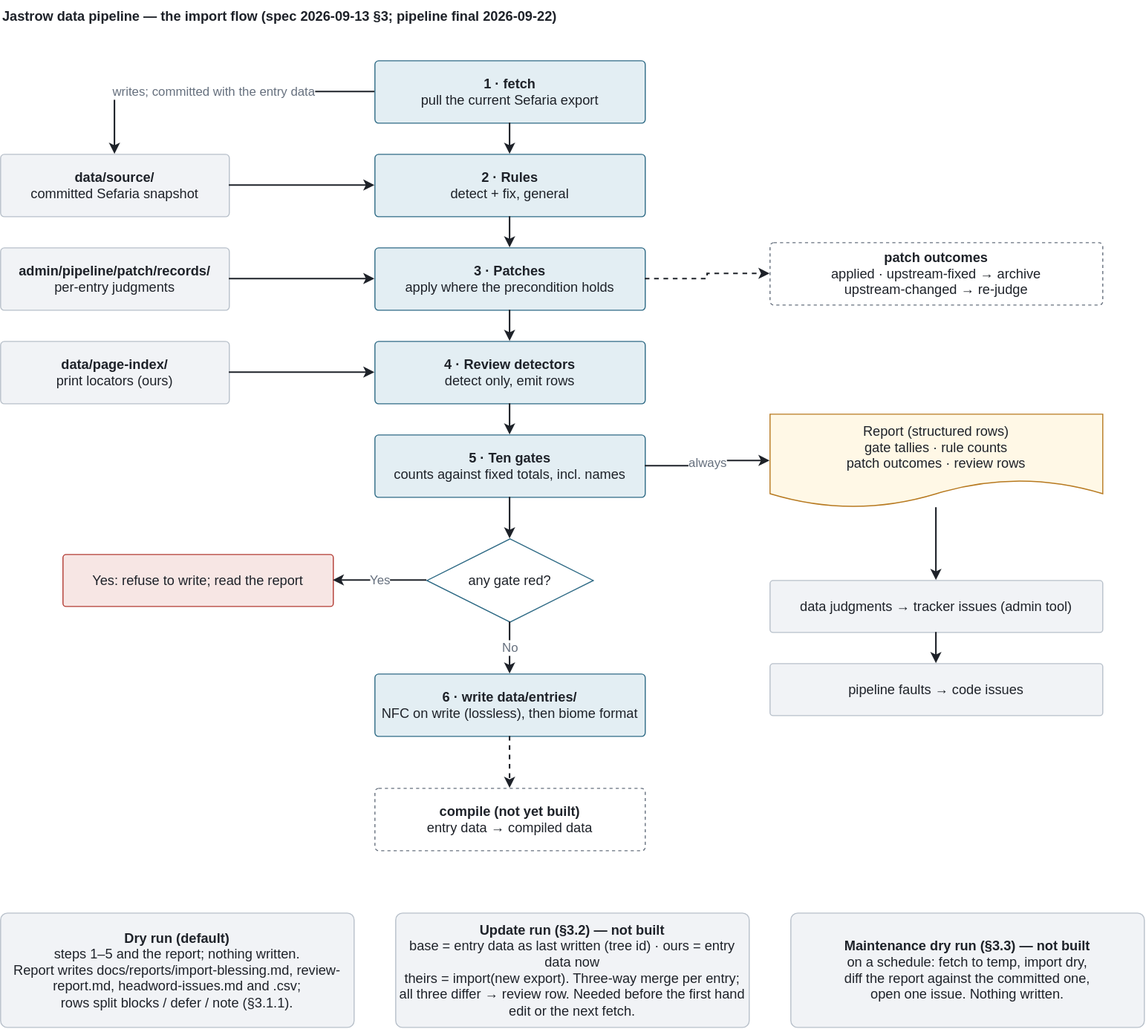
Before: docs/pipeline-flow.drawio.svg, a diagram exported from draw.io (UniquePixels/jastrow). Source tidied: cells renumbered, new cells last; positions are measured from the earlier drawing's top-left corner, leaving out a move shared by most shapes.
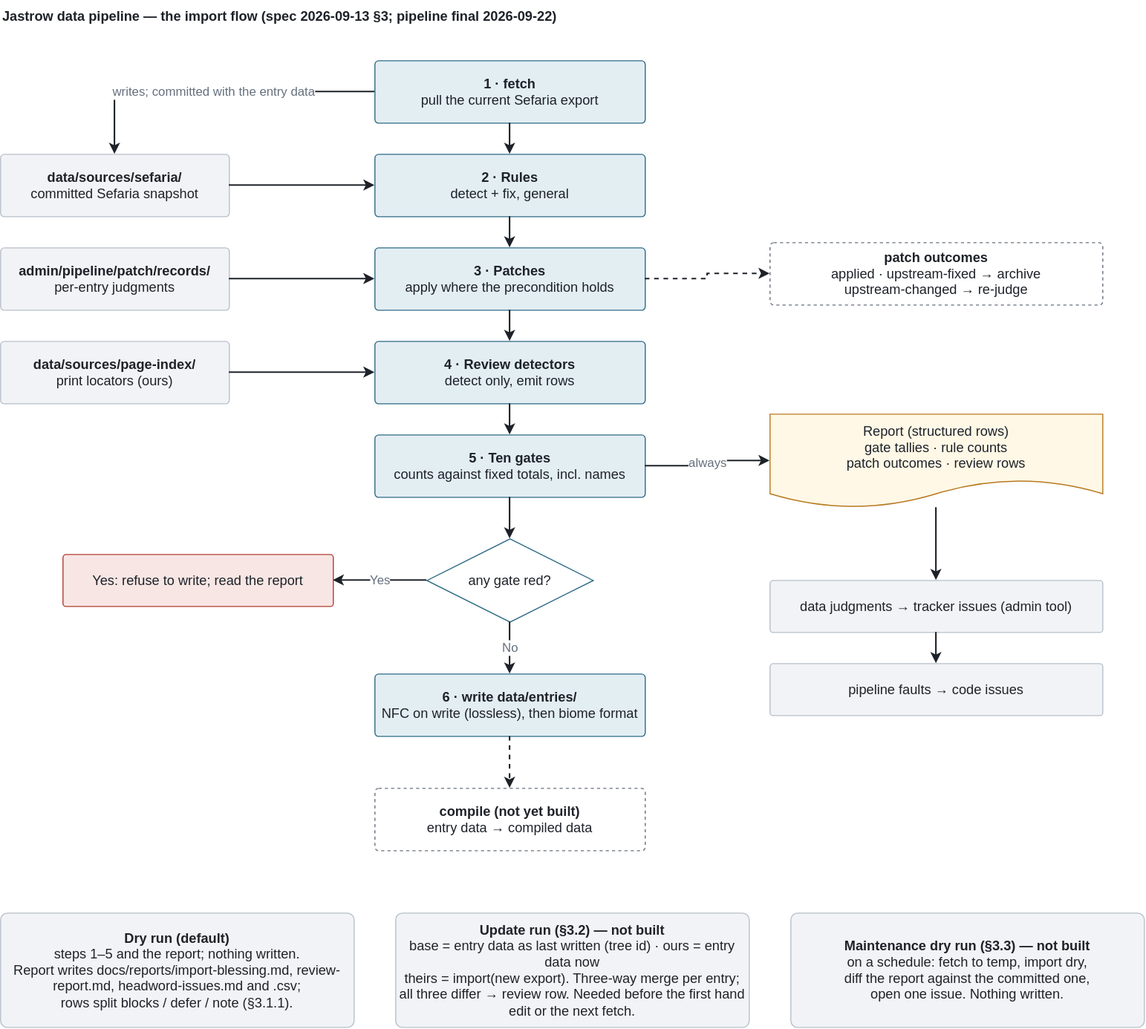
The same diagram one commit later.

The edit, as a diff of the source:
```diff
@@ -5,10 +5,10 @@
     <mxCell id="2" value="Jastrow data pipeline — the import flow (spec 2026-09-13 §3; pipeline final 2026-09-22)" style="text;html=1;align=left;verticalAlign=middle;fontSize=18;fontStyle=1;fontFamily=Helvetica;fontSize=13;fontColor=#1E2229;" parent="1" vertex="1">
       <mxGeometry width="700" height="30" as="geometry" />
     </mxCell>
-    <mxCell id="3" value="&lt;b&gt;data/source/&lt;/b&gt;&lt;br&gt;committed Sefaria snapshot" style="rounded=1;arcSize=6;whiteSpace=wrap;html=1;fontFamily=Helvetica;fontSize=13;fontColor=#1E2229;fillColor=#F1F3F6;strokeColor=#B8C0CA;" parent="1" vertex="1">
+    <mxCell id="3" value="&lt;b&gt;data/sources/sefaria/&lt;/b&gt;&lt;br&gt;committed Sefaria snapshot" style="rounded=1;arcSize=6;whiteSpace=wrap;html=1;fontFamily=Helvetica;fontSize=13;fontColor=#1E2229;fillColor=#F1F3F6;strokeColor=#B8C0CA;" parent="1" vertex="1">
       <mxGeometry y="148" width="220" height="60" as="geometry" />
     </mxCell>
-    <mxCell id="4" value="&lt;b&gt;data/page-index/&lt;/b&gt;&lt;br&gt;print locators (ours)" style="rounded=1;arcSize=6;whiteSpace=wrap;html=1;fontFamily=Helvetica;fontSize=13;fontColor=#1E2229;fillColor=#F1F3F6;strokeColor=#B8C0CA;" parent="1" vertex="1">
+    <mxCell id="4" value="&lt;b&gt;data/sources/page-index/&lt;/b&gt;&lt;br&gt;print locators (ours)" style="rounded=1;arcSize=6;whiteSpace=wrap;html=1;fontFamily=Helvetica;fontSize=13;fontColor=#1E2229;fillColor=#F1F3F6;strokeColor=#B8C0CA;" parent="1" vertex="1">
       <mxGeometry y="328" width="220" height="60" as="geometry" />
     </mxCell>
     <mxCell id="5" value="&lt;b&gt;admin/pipeline/patch/records/&lt;/b&gt;&lt;br&gt;per-entry judgments" style="rounded=1;arcSize=6;whiteSpace=wrap;html=1;fontFamily=Helvetica;fontSize=13;fontColor=#1E2229;fillColor=#F1F3F6;strokeColor=#B8C0CA;" parent="1" vertex="1">
```
